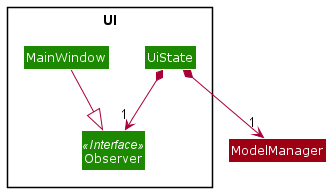
Before: docs/images/UiStateClassDiagram.png, a diagram exported from PlantUML (pattan9955/tp). The source it was exported from:
```plantuml
@startuml
!include <office/Concepts/globe_internet>
!include <office/Concepts/documents>
!include <office/Users/user>
!include style.puml



Class ModelManager MODEL_COLOR

Package UI <<Rectangle>> {
    Class MainWindow UI_COLOR
    Class Observer<<Interface>> UI_COLOR
    Class UiState UI_COLOR
}

MainWindow --|> Observer
UiState *--> "1" ModelManager
UiState *--> "1" Observer



@enduml
```
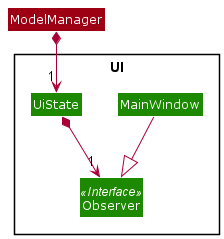
The same diagram one commit later.

Commit message:
Fix UI State class diagram

What changed in the source:
```diff
@@ -3,8 +3,6 @@
 !include <office/Concepts/documents>
 !include <office/Users/user>
 !include style.puml
-
-
 
 Class ModelManager MODEL_COLOR
 
@@ -15,9 +13,7 @@
 }
 
 MainWindow --|> Observer
-UiState *--> "1" ModelManager
+ModelManager *--> "1" UiState
 UiState *--> "1" Observer
 
-
-
 @enduml
```
